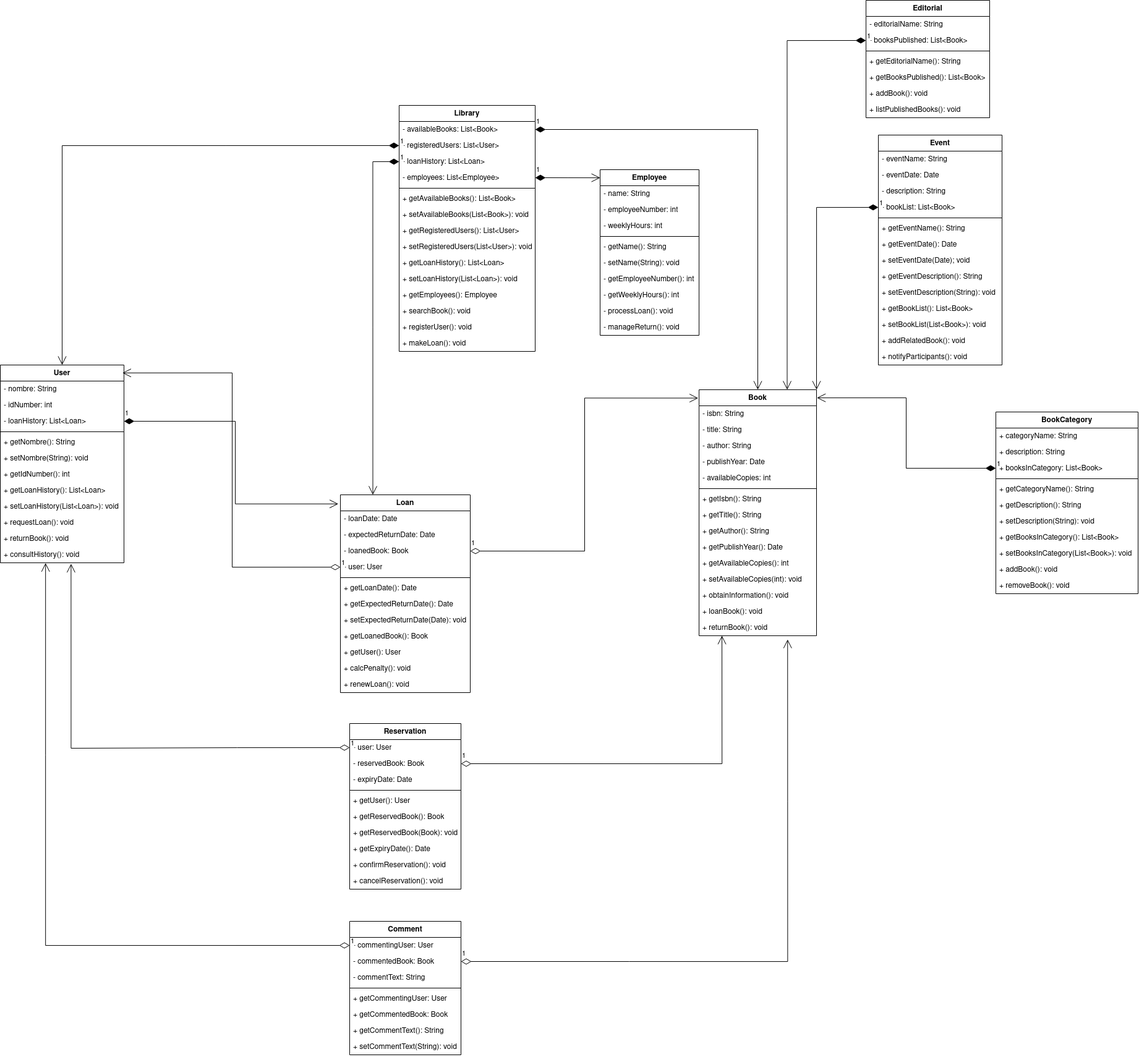
mackstm/ets keeps this draw.io diagram as proyecto/classdiagram/classdiagramlibrary.png. Above is the earlier version. Source tidied: cells renumbered, new cells last; positions are measured from the earlier drawing's top-left corner, leaving out a move shared by most shapes.
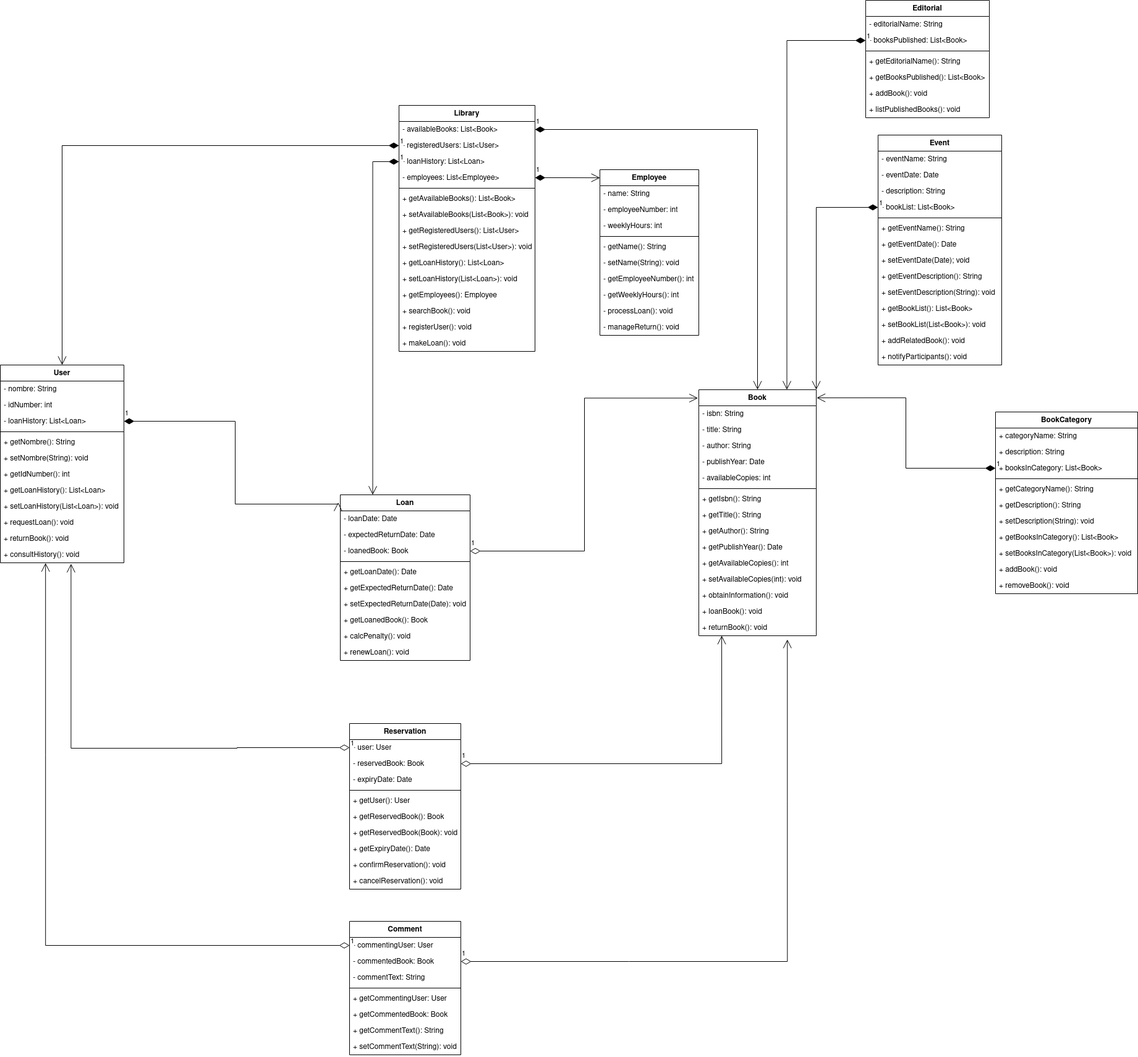
Above is the later version.

The edit, as a diff of the source:
```diff
@@ -285,7 +285,7 @@
       <mxGeometry y="268" width="230" height="26" as="geometry" />
     </mxCell>
     <mxCell id="96" value="Loan" style="swimlane;fontStyle=1;align=center;verticalAlign=top;horizontal=1;startSize=26;whiteSpace=wrap;html=1;" parent="1" vertex="1">
-      <mxGeometry x="550" y="800" width="210" height="320" as="geometry" />
+      <mxGeometry x="550" y="800" width="210" height="268" as="geometry" />
     </mxCell>
     <mxCell id="97" value="- loanDate: Date" style="text;strokeColor=none;fillColor=none;align=left;verticalAlign=top;spacingLeft=4;spacingRight=4;overflow=hidden;whiteSpace=wrap;html=1;" parent="96" vertex="1">
       <mxGeometry y="26" width="210" height="26" as="geometry" />
@@ -296,32 +296,26 @@
     <mxCell id="99" value="- loanedBook: Book" style="text;strokeColor=none;fillColor=none;align=left;verticalAlign=top;spacingLeft=4;spacingRight=4;overflow=hidden;points=[[0,0.5],[1,0.5]];portConstraint=eastwest;whiteSpace=wrap;html=1;" parent="96" vertex="1">
       <mxGeometry y="78" width="210" height="26" as="geometry" />
     </mxCell>
-    <mxCell id="100" value="- user: User" style="text;strokeColor=none;fillColor=none;align=left;verticalAlign=top;spacingLeft=4;spacingRight=4;overflow=hidden;points=[[0,0.5],[1,0.5]];portConstraint=eastwest;whiteSpace=wrap;html=1;" parent="96" vertex="1">
-      <mxGeometry y="104" width="210" height="26" as="geometry" />
-    </mxCell>
     <mxCell id="101" style="line;strokeWidth=1;fillColor=none;align=left;verticalAlign=middle;spacingTop=-1;spacingLeft=3;spacingRight=3;labelPosition=right;strokeColor=inherit;" parent="96" vertex="1">
-      <mxGeometry y="130" width="210" height="8" as="geometry" />
+      <mxGeometry y="104" width="210" height="8" as="geometry" />
     </mxCell>
     <mxCell id="102" value="+ getLoanDate(): Date" style="text;strokeColor=none;fillColor=none;align=left;verticalAlign=top;spacingLeft=4;spacingRight=4;overflow=hidden;whiteSpace=wrap;html=1;" parent="96" vertex="1">
-      <mxGeometry y="138" width="210" height="26" as="geometry" />
+      <mxGeometry y="112" width="210" height="26" as="geometry" />
     </mxCell>
     <mxCell id="103" value="+ getExpectedReturnDate(): Date" style="text;strokeColor=none;fillColor=none;align=left;verticalAlign=top;spacingLeft=4;spacingRight=4;overflow=hidden;whiteSpace=wrap;html=1;" parent="96" vertex="1">
-      <mxGeometry y="164" width="210" height="26" as="geometry" />
+      <mxGeometry y="138" width="210" height="26" as="geometry" />
     </mxCell>
     <mxCell id="104" value="+ setExpectedReturnDate(Date): void" style="text;strokeColor=none;fillColor=none;align=left;verticalAlign=top;spacingLeft=4;spacingRight=4;overflow=hidden;whiteSpace=wrap;html=1;" parent="96" vertex="1">
-      <mxGeometry y="190" width="210" height="26" as="geometry" />
+      <mxGeometry y="164" width="210" height="26" as="geometry" />
     </mxCell>
     <mxCell id="105" value="+ getLoanedBook(): Book" style="text;strokeColor=none;fillColor=none;align=left;verticalAlign=top;spacingLeft=4;spacingRight=4;overflow=hidden;whiteSpace=wrap;html=1;" parent="96" vertex="1">
-      <mxGeometry y="216" width="210" height="26" as="geometry" />
+      <mxGeometry y="190" width="210" height="26" as="geometry" />
     </mxCell>
-    <mxCell id="106" value="+ getUser(): User" style="text;strokeColor=none;fillColor=none;align=left;verticalAlign=top;spacingLeft=4;spacingRight=4;overflow=hidden;whiteSpace=wrap;html=1;" parent="96" vertex="1">
-      <mxGeometry y="242" width="210" height="26" as="geometry" />
-    </mxCell>
     <mxCell id="107" value="+ calcPenalty(): void" style="text;strokeColor=none;fillColor=none;align=left;verticalAlign=top;spacingLeft=4;spacingRight=4;overflow=hidden;whiteSpace=wrap;html=1;" parent="96" vertex="1">
-      <mxGeometry y="268" width="210" height="26" as="geometry" />
+      <mxGeometry y="216" width="210" height="26" as="geometry" />
     </mxCell>
     <mxCell id="108" value="+ renewLoan(): void" style="text;strokeColor=none;fillColor=none;align=left;verticalAlign=top;spacingLeft=4;spacingRight=4;overflow=hidden;whiteSpace=wrap;html=1;" parent="96" vertex="1">
-      <mxGeometry y="294" width="210" height="26" as="geometry" />
+      <mxGeometry y="242" width="210" height="26" as="geometry" />
     </mxCell>
     <mxCell id="109" value="Editorial" style="swimlane;fontStyle=1;align=center;verticalAlign=top;horizontal=1;startSize=26;whiteSpace=wrap;html=1;" parent="1" vertex="1">
       <mxGeometry x="1400" width="200" height="190" as="geometry" />
@@ -385,9 +379,6 @@
     <mxCell id="127" value="1" style="endArrow=open;html=1;endSize=12;startArrow=diamondThin;startSize=14;startFill=0;edgeStyle=orthogonalEdgeStyle;align=left;verticalAlign=bottom;rounded=0;exitX=1;exitY=0.5;exitDx=0;exitDy=0;entryX=-0.007;entryY=0.034;entryDx=0;entryDy=0;entryPerimeter=0;" parent="1" edge="1" source="99" target="2">
       <mxGeometry x="-1" y="3" relative="1" as="geometry" />
     </mxCell>
-    <mxCell id="128" value="1" style="endArrow=open;html=1;endSize=12;startArrow=diamondThin;startSize=14;startFill=0;edgeStyle=orthogonalEdgeStyle;align=left;verticalAlign=bottom;rounded=0;exitX=0;exitY=0.5;exitDx=0;exitDy=0;entryX=0.987;entryY=0.04;entryDx=0;entryDy=0;entryPerimeter=0;" parent="1" edge="1" source="100" target="45">
-      <mxGeometry x="-1" y="3" relative="1" as="geometry" />
-    </mxCell>
     <mxCell id="129" value="1" style="endArrow=open;html=1;endSize=12;startArrow=diamondThin;startSize=14;startFill=1;edgeStyle=orthogonalEdgeStyle;align=left;verticalAlign=bottom;rounded=0;exitX=1;exitY=0.5;exitDx=0;exitDy=0;entryX=0.5;entryY=0;entryDx=0;entryDy=0;" parent="1" edge="1" source="30" target="2">
       <mxGeometry x="-1" y="3" relative="1" as="geometry" />
     </mxCell>
```
